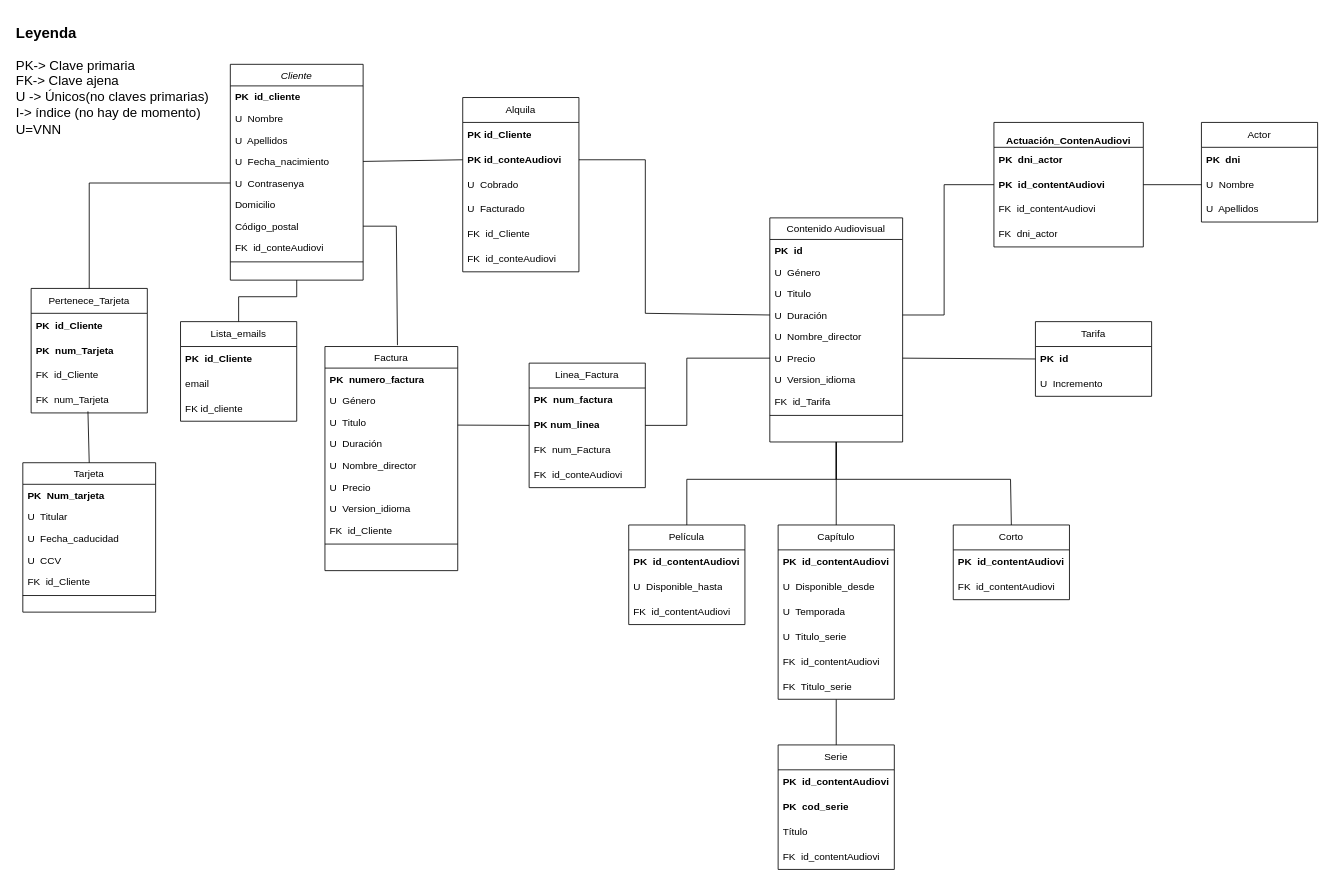
This is Modelo Relacional.drawio from Ivanmontesinos21/Proyecto_MiraVereda, a draw.io file, before an edit. Source tidied: cells renumbered, new cells numbered last; positions are measured from the earlier drawing's top-left corner, leaving out a move shared by most shapes. Both pictures are drawn from the tidied source at 83%, with x=0, y=0 at pixel (14, 14).
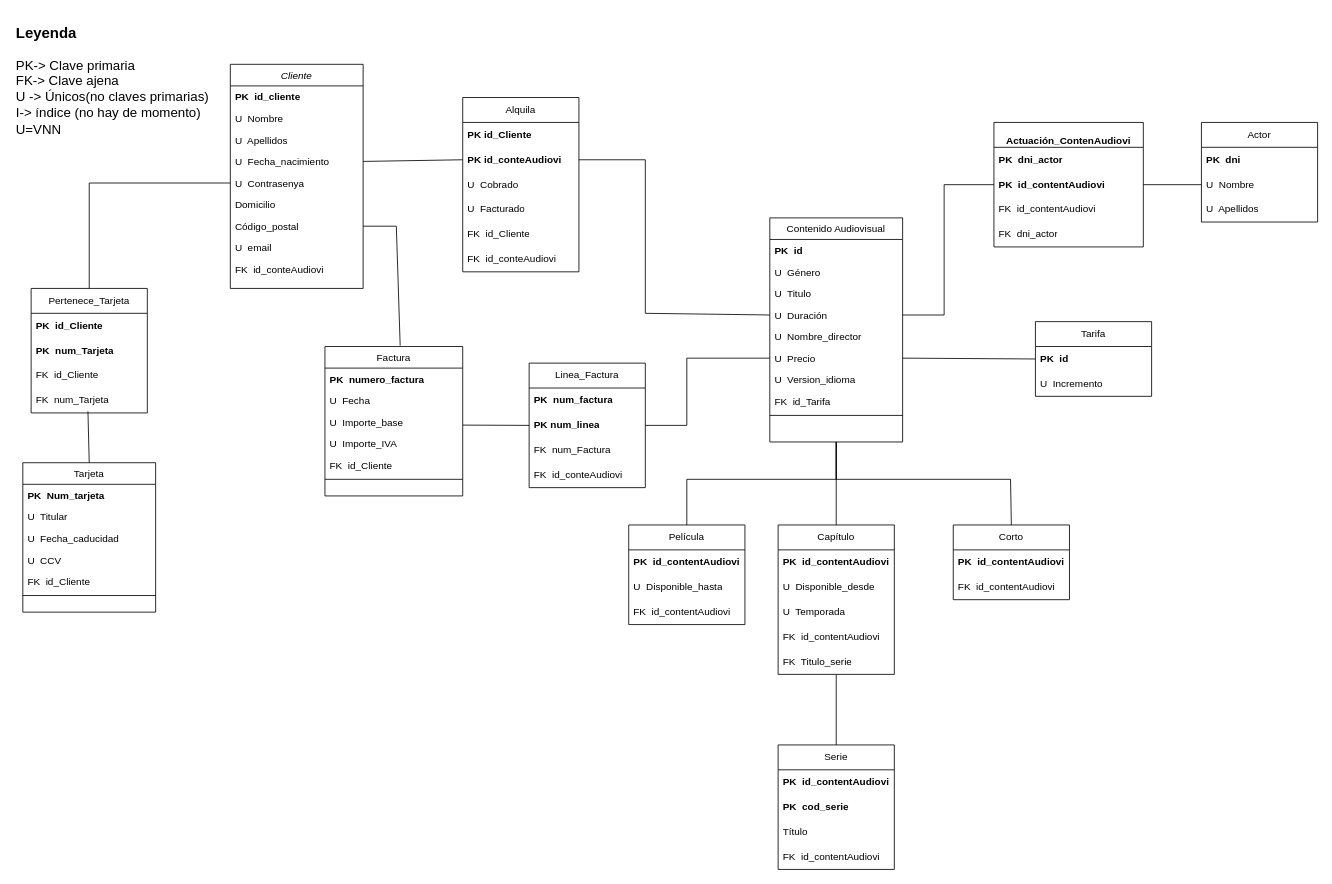
The same diagram, later.

Commit message:
Modelo Relacional

Change to the diagram source:
```diff
@@
     <mxCell id="2" value="Cliente" style="swimlane;fontStyle=2;align=center;verticalAlign=top;horizontal=1;startSize=26;rounded=0;shadow=0;strokeWidth=1;" parent="1" vertex="1">
-      <mxGeometry x="260" y="60" width="160" height="260" as="geometry" />
+      <mxGeometry x="260" y="60" width="160" height="270" as="geometry" />
     </mxCell>
@@
+    <mxCell id="107" value="U  email" style="text;align=left;verticalAlign=top;spacingLeft=4;spacingRight=4;overflow=hidden;rounded=0;shadow=0;html=0;" parent="2" vertex="1">
+      <mxGeometry y="208" width="160" height="26" as="geometry" />
+    </mxCell>
     <mxCell id="10" value="FK  id_conteAudiovi" style="text;align=left;verticalAlign=top;spacingLeft=4;spacingRight=4;overflow=hidden;fontStyle=0;" parent="2" vertex="1">
-      <mxGeometry y="208" width="160" height="26" as="geometry" />
+      <mxGeometry y="234" width="160" height="36" as="geometry" />
     </mxCell>
-    <mxCell id="11" style="line;html=1;strokeWidth=1;align=left;verticalAlign=middle;spacingTop=-1;spacingLeft=3;spacingRight=3;labelPosition=right;" parent="2" vertex="1">
-      <mxGeometry y="234" width="160" height="8" as="geometry" />
-    </mxCell>
@@
     <mxCell id="53" value="Capítulo" style="swimlane;fontStyle=0;horizontal=1;startSize=30;whiteSpace=wrap;html=1;" parent="1" vertex="1">
-      <mxGeometry x="920" y="615" width="140" height="210" as="geometry" />
+      <mxGeometry x="920" y="615" width="140" height="180" as="geometry" />
     </mxCell>
@@
-    <mxCell id="57" value="U&amp;nbsp; Titulo_serie" style="text;strokeColor=none;fillColor=none;align=left;verticalAlign=middle;spacingLeft=4;spacingRight=4;overflow=hidden;whiteSpace=wrap;html=1;" parent="53" vertex="1">
-      <mxGeometry y="120" width="140" height="30" as="geometry" />
-    </mxCell>
     <mxCell id="58" value="FK&amp;nbsp; id_contentAudiovi" style="text;strokeColor=none;fillColor=none;align=left;verticalAlign=middle;spacingLeft=4;spacingRight=4;overflow=hidden;whiteSpace=wrap;html=1;" parent="53" vertex="1">
-      <mxGeometry y="150" width="140" height="30" as="geometry" />
+      <mxGeometry y="120" width="140" height="30" as="geometry" />
     </mxCell>
     <mxCell id="59" value="FK&amp;nbsp; Titulo_serie" style="text;strokeColor=none;fillColor=none;align=left;verticalAlign=middle;spacingLeft=4;spacingRight=4;overflow=hidden;points=[[0,0.5],[1,0.5]];portConstraint=eastwest;whiteSpace=wrap;html=1;" parent="53" vertex="1">
-      <mxGeometry y="180" width="140" height="30" as="geometry" />
+      <mxGeometry y="150" width="140" height="30" as="geometry" />
     </mxCell>
@@
     <mxCell id="77" value="Factura" style="swimlane;fontStyle=0;align=center;verticalAlign=top;horizontal=1;startSize=26;rounded=0;shadow=0;strokeWidth=1;" parent="1" vertex="1">
-      <mxGeometry x="374" y="400" width="160" height="270" as="geometry" />
+      <mxGeometry x="374" y="400" width="166" height="180" as="geometry" />
     </mxCell>
     <mxCell id="78" value="PK  numero_factura" style="text;align=left;verticalAlign=top;spacingLeft=4;spacingRight=4;overflow=hidden;fontStyle=1;" parent="77" vertex="1">
-      <mxGeometry y="26" width="160" height="26" as="geometry" />
+      <mxGeometry y="26" width="166" height="26" as="geometry" />
     </mxCell>
-    <mxCell id="79" value="U  Género" style="text;align=left;verticalAlign=top;spacingLeft=4;spacingRight=4;overflow=hidden;rounded=0;shadow=0;html=0;" parent="77" vertex="1">
-      <mxGeometry y="52" width="160" height="26" as="geometry" />
+    <mxCell id="79" value="U  Fecha" style="text;align=left;verticalAlign=top;spacingLeft=4;spacingRight=4;overflow=hidden;rounded=0;shadow=0;html=0;" parent="77" vertex="1">
+      <mxGeometry y="52" width="166" height="26" as="geometry" />
     </mxCell>
-    <mxCell id="80" value="U  Titulo" style="text;align=left;verticalAlign=top;spacingLeft=4;spacingRight=4;overflow=hidden;points=[[0,0.5],[1,0.5]];portConstraint=eastwest;rounded=0;shadow=0;html=0;" parent="77" vertex="1">
-      <mxGeometry y="78" width="160" height="26" as="geometry" />
+    <mxCell id="80" value="U  Importe_base" style="text;align=left;verticalAlign=top;spacingLeft=4;spacingRight=4;overflow=hidden;points=[[0,0.5],[1,0.5]];portConstraint=eastwest;rounded=0;shadow=0;html=0;" parent="77" vertex="1">
+      <mxGeometry y="78" width="166" height="26" as="geometry" />
     </mxCell>
-    <mxCell id="81" value="U  Duración" style="text;align=left;verticalAlign=top;spacingLeft=4;spacingRight=4;overflow=hidden;rounded=0;shadow=0;html=0;" parent="77" vertex="1">
-      <mxGeometry y="104" width="160" height="26" as="geometry" />
-    </mxCell>
-    <mxCell id="82" value="U  Nombre_director" style="text;align=left;verticalAlign=top;spacingLeft=4;spacingRight=4;overflow=hidden;rounded=0;shadow=0;html=0;" parent="77" vertex="1">
-      <mxGeometry y="130" width="160" height="26" as="geometry" />
+    <mxCell id="82" value="U  Importe_IVA" style="text;align=left;verticalAlign=top;spacingLeft=4;spacingRight=4;overflow=hidden;rounded=0;shadow=0;html=0;" parent="77" vertex="1">
+      <mxGeometry y="104" width="166" height="26" as="geometry" />
     </mxCell>
-    <mxCell id="83" value="U  Precio" style="text;align=left;verticalAlign=top;spacingLeft=4;spacingRight=4;overflow=hidden;" parent="77" vertex="1">
-      <mxGeometry y="156" width="160" height="26" as="geometry" />
-    </mxCell>
-    <mxCell id="84" value="U  Version_idioma" style="text;align=left;verticalAlign=top;spacingLeft=4;spacingRight=4;overflow=hidden;" parent="77" vertex="1">
-      <mxGeometry y="182" width="160" height="26" as="geometry" />
-    </mxCell>
     <mxCell id="85" value="FK  id_Cliente " style="text;align=left;verticalAlign=top;spacingLeft=4;spacingRight=4;overflow=hidden;rounded=0;shadow=0;html=0;" parent="77" vertex="1">
-      <mxGeometry y="208" width="160" height="26" as="geometry" />
+      <mxGeometry y="130" width="166" height="26" as="geometry" />
     </mxCell>
     <mxCell id="86" style="line;html=1;strokeWidth=1;align=left;verticalAlign=middle;spacingTop=-1;spacingLeft=3;spacingRight=3;labelPosition=right;" parent="77" vertex="1">
-      <mxGeometry y="234" width="160" height="8" as="geometry" />
+      <mxGeometry y="156" width="166" height="8" as="geometry" />
     </mxCell>
@@
-    <mxCell id="97" value="Lista_emails" style="swimlane;fontStyle=0;horizontal=1;startSize=30;whiteSpace=wrap;html=1;" parent="1" vertex="1">
-      <mxGeometry x="200" y="370" width="140" height="120" as="geometry" />
-    </mxCell>
-    <mxCell id="98" value="&lt;b&gt;PK&amp;nbsp; id_Cliente&lt;/b&gt;" style="text;strokeColor=none;fillColor=none;align=left;verticalAlign=middle;spacingLeft=4;spacingRight=4;overflow=hidden;whiteSpace=wrap;html=1;" parent="97" vertex="1">
-      <mxGeometry y="30" width="140" height="30" as="geometry" />
-    </mxCell>
-    <mxCell id="99" value="email" style="text;strokeColor=none;fillColor=none;align=left;verticalAlign=middle;spacingLeft=4;spacingRight=4;overflow=hidden;whiteSpace=wrap;html=1;" parent="97" vertex="1">
-      <mxGeometry y="60" width="140" height="30" as="geometry" />
-    </mxCell>
-    <mxCell id="100" value="FK id_cliente" style="text;strokeColor=none;fillColor=none;align=left;verticalAlign=middle;spacingLeft=4;spacingRight=4;overflow=hidden;whiteSpace=wrap;html=1;" parent="97" vertex="1">
-      <mxGeometry y="90" width="140" height="30" as="geometry" />
-    </mxCell>
-    <mxCell id="101" style="endArrow=none;html=1;rounded=0;exitX=0.5;exitY=0;exitDx=0;exitDy=0;entryX=0.5;entryY=1;entryDx=0;entryDy=0;" parent="1" edge="1" source="97" target="2">
-      <mxGeometry relative="1" as="geometry">
-        <Array as="points">
-          <mxPoint x="270" y="340" />
-          <mxPoint x="340" y="340" />
-        </Array>
-      </mxGeometry>
-    </mxCell>
```
